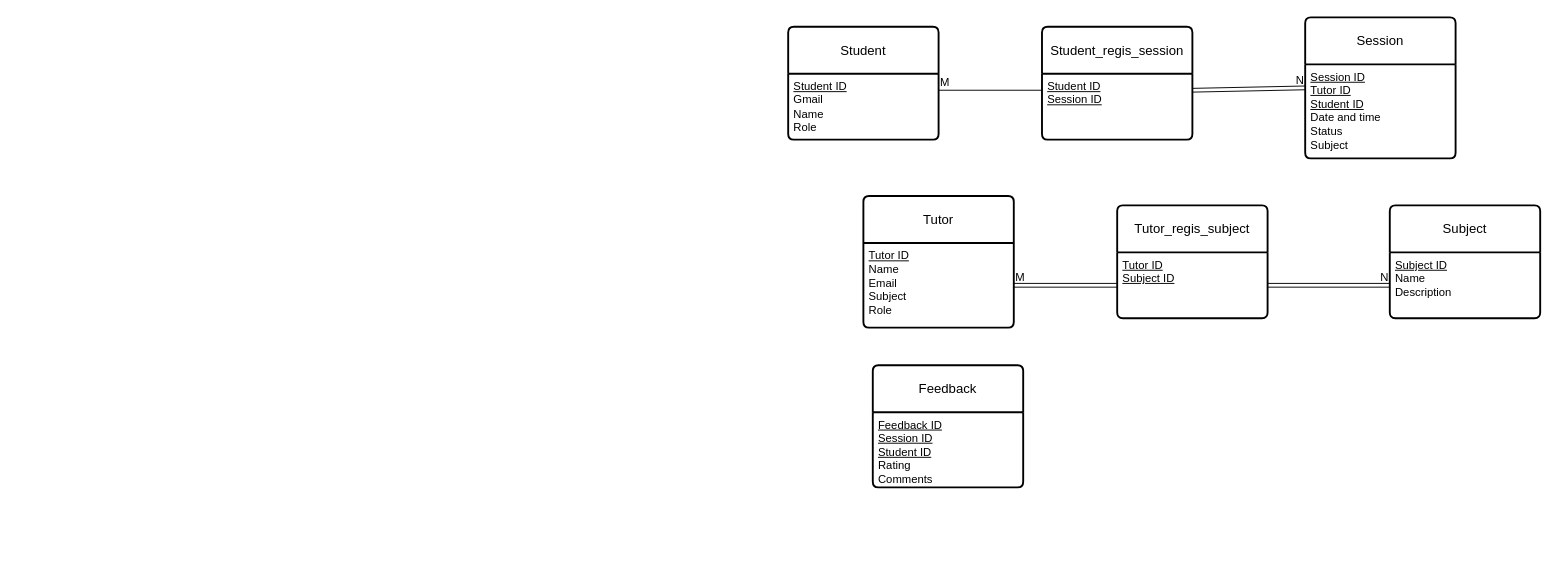
The draw.io diagram sw2.drawio in Sonhoangvo/csdl, before the edit. Source tidied: cells renumbered, new cells numbered last; positions are measured from the earlier drawing's top-left corner, leaving out a move shared by most shapes. Both pictures are drawn from the tidied source at 94%, with x=0, y=0 at pixel (788, 17).
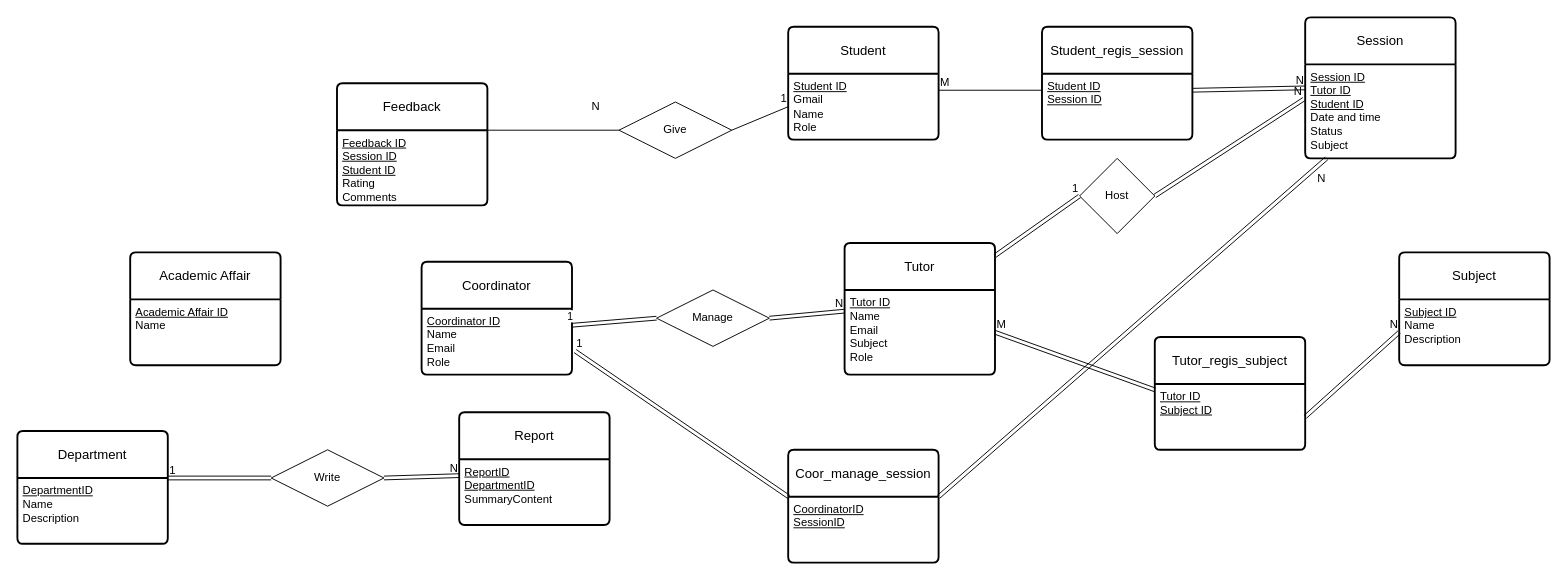
Above is the later version.

The change refers to these unchanged cells:
```xml
<mxCell id="3" value="&lt;u&gt;Student ID&lt;/u&gt;&lt;div&gt;Gmail&lt;/div&gt;&lt;div&gt;Name&lt;/div&gt;&lt;div&gt;Role&lt;/div&gt;" style="align=left;strokeColor=none;fillColor=none;spacingLeft=4;spacingRight=4;fontSize=12;verticalAlign=top;html=1;whiteSpace=wrap;" parent="2" vertex="1">
  <mxGeometry y="50" width="160" height="70" as="geometry" />
</mxCell>
<mxCell id="5" value="&lt;u&gt;Tutor ID&lt;/u&gt;&lt;div&gt;Name&lt;/div&gt;&lt;div&gt;Email&lt;/div&gt;&lt;div&gt;Subject&lt;/div&gt;&lt;div&gt;Role&lt;/div&gt;" style="align=left;strokeColor=none;fillColor=none;spacingLeft=4;spacingRight=4;fontSize=12;verticalAlign=top;html=1;whiteSpace=wrap;" parent="4" vertex="1">
  <mxGeometry y="50" width="160" height="90" as="geometry" />
</mxCell>
<mxCell id="9" value="&lt;u&gt;Session ID&lt;/u&gt;&lt;div&gt;&lt;u&gt;Tutor ID&lt;/u&gt;&lt;/div&gt;&lt;div&gt;&lt;u&gt;Student ID&lt;/u&gt;&lt;/div&gt;&lt;div&gt;Date and time&lt;/div&gt;&lt;div&gt;Status&lt;/div&gt;&lt;div&gt;Subject&lt;/div&gt;" style="align=left;strokeColor=none;fillColor=none;spacingLeft=4;spacingRight=4;fontSize=12;verticalAlign=top;html=1;whiteSpace=wrap;" parent="8" vertex="1">
  <mxGeometry y="50" width="160" height="100" as="geometry" />
</mxCell>
<mxCell id="11" value="&lt;u&gt;Feedback ID&lt;/u&gt;&lt;div&gt;&lt;u&gt;Session ID&lt;/u&gt;&lt;/div&gt;&lt;div&gt;&lt;u&gt;Student ID&lt;/u&gt;&lt;/div&gt;&lt;div&gt;Rating&lt;/div&gt;&lt;div&gt;Comments&lt;/div&gt;" style="align=left;strokeColor=none;fillColor=none;spacingLeft=4;spacingRight=4;fontSize=12;verticalAlign=top;html=1;whiteSpace=wrap;" parent="10" vertex="1">
  <mxGeometry y="50" width="160" height="80" as="geometry" />
</mxCell>
```

Change to the diagram source:
```diff
@@
     <mxCell id="4" value="Tutor" style="swimlane;horizontal=1;startSize=50;rounded=1;fontSize=14;fontStyle=0;strokeWidth=2;shadow=0;dashed=0;align=center;arcSize=4;whiteSpace=wrap;html=1;" parent="1" vertex="1">
-      <mxGeometry x="80" y="190" width="160" height="140" as="geometry" />
+      <mxGeometry x="60" y="240" width="160" height="140" as="geometry" />
     </mxCell>
@@
     <mxCell id="6" value="Subject" style="swimlane;horizontal=1;startSize=50;rounded=1;fontSize=14;fontStyle=0;strokeWidth=2;shadow=0;dashed=0;align=center;arcSize=4;whiteSpace=wrap;html=1;" parent="1" vertex="1">
-      <mxGeometry x="640" y="200" width="160" height="120" as="geometry" />
+      <mxGeometry x="650" y="250" width="160" height="120" as="geometry" />
     </mxCell>
@@
     <mxCell id="10" value="Feedback" style="swimlane;horizontal=1;startSize=50;rounded=1;fontSize=14;fontStyle=0;strokeWidth=2;shadow=0;dashed=0;align=center;arcSize=4;whiteSpace=wrap;html=1;" parent="1" vertex="1">
-      <mxGeometry x="90" y="370" width="160" height="130" as="geometry" />
+      <mxGeometry x="-480" y="70" width="160" height="130" as="geometry" />
     </mxCell>
@@
     <mxCell id="20" value="Tutor_regis_subject" style="swimlane;horizontal=1;startSize=50;rounded=1;fontSize=14;fontStyle=0;strokeWidth=2;shadow=0;dashed=0;align=center;arcSize=4;whiteSpace=wrap;html=1;" parent="1" vertex="1">
-      <mxGeometry x="350" y="200" width="160" height="120" as="geometry" />
+      <mxGeometry x="390" y="340" width="160" height="120" as="geometry" />
     </mxCell>
@@
+    <mxCell id="28" value="Host" style="rhombus;whiteSpace=wrap;html=1;" parent="1" vertex="1">
+      <mxGeometry x="310" y="150" width="80" height="80" as="geometry" />
+    </mxCell>
+    <mxCell id="29" style="shape=link;html=1;rounded=0;entryX=0;entryY=0.5;entryDx=0;entryDy=0;" parent="1" edge="1" source="4" target="28">
+      <mxGeometry relative="1" as="geometry" />
+    </mxCell>
+    <mxCell id="30" value="1" style="html=1;whiteSpace=wrap;align=right;verticalAlign=bottom;" parent="29" vertex="1">
+      <mxGeometry x="1" relative="1" as="geometry" />
+    </mxCell>
+    <mxCell id="31" style="shape=link;html=1;rounded=0;entryX=-0.009;entryY=0.37;entryDx=0;entryDy=0;entryPerimeter=0;exitX=1;exitY=0.5;exitDx=0;exitDy=0;" parent="1" edge="1" source="28" target="9">
+      <mxGeometry relative="1" as="geometry" />
+    </mxCell>
+    <mxCell id="32" value="N" style="html=1;whiteSpace=wrap;align=right;verticalAlign=bottom;" parent="31" vertex="1">
+      <mxGeometry x="1" relative="1" as="geometry" />
+    </mxCell>
+    <mxCell id="33" value="Give" style="shape=rhombus;perimeter=rhombusPerimeter;whiteSpace=wrap;html=1;align=center;" parent="1" vertex="1">
+      <mxGeometry x="-180" y="90" width="120" height="60" as="geometry" />
+    </mxCell>
+    <mxCell id="34" style="endArrow=none;html=1;rounded=0;exitX=1;exitY=0.5;exitDx=0;exitDy=0;entryX=0;entryY=0.5;entryDx=0;entryDy=0;" parent="1" edge="1" source="33" target="3">
+      <mxGeometry relative="1" as="geometry" />
+    </mxCell>
+    <mxCell id="35" value="1" style="html=1;whiteSpace=wrap;align=right;verticalAlign=bottom;" parent="34" vertex="1">
+      <mxGeometry x="1" relative="1" as="geometry" />
+    </mxCell>
+    <mxCell id="36" value="N" style="text;html=1;align=center;verticalAlign=middle;strokeColor=none;fillColor=none;" parent="1" vertex="1">
+      <mxGeometry x="-220" y="80" width="30" height="30" as="geometry" />
+    </mxCell>
+    <mxCell id="37" style="endArrow=none;html=1;rounded=0;entryX=0;entryY=0.5;entryDx=0;entryDy=0;exitX=1;exitY=0;exitDx=0;exitDy=0;" parent="1" edge="1" source="11" target="33">
+      <mxGeometry relative="1" as="geometry" />
+    </mxCell>
+    <mxCell id="38" value="Coordinator" style="swimlane;horizontal=1;startSize=50;rounded=1;fontSize=14;fontStyle=0;strokeWidth=2;shadow=0;dashed=0;align=center;arcSize=4;whiteSpace=wrap;html=1;" parent="1" vertex="1">
+      <mxGeometry x="-390" y="260" width="160" height="120" as="geometry" />
+    </mxCell>
+    <mxCell id="39" value="&lt;u&gt;Coordinator ID&lt;/u&gt;&lt;div&gt;Name&lt;/div&gt;&lt;div&gt;Email&lt;/div&gt;&lt;div&gt;Role&lt;/div&gt;" style="align=left;strokeColor=none;fillColor=none;spacingLeft=4;spacingRight=4;fontSize=12;verticalAlign=top;html=1;whiteSpace=wrap;" parent="38" vertex="1">
+      <mxGeometry y="50" width="160" height="70" as="geometry" />
+    </mxCell>
+    <mxCell id="40" value="Manage" style="shape=rhombus;perimeter=rhombusPerimeter;whiteSpace=wrap;html=1;align=center;" parent="1" vertex="1">
+      <mxGeometry x="-140" y="290" width="120" height="60" as="geometry" />
+    </mxCell>
+    <mxCell id="41" style="shape=link;html=1;rounded=0;entryX=0;entryY=0.25;entryDx=0;entryDy=0;exitX=1;exitY=0.5;exitDx=0;exitDy=0;" parent="1" edge="1" source="40" target="5">
+      <mxGeometry relative="1" as="geometry" />
+    </mxCell>
+    <mxCell id="42" value="N" style="html=1;whiteSpace=wrap;align=right;verticalAlign=bottom;" parent="41" vertex="1">
+      <mxGeometry x="1" relative="1" as="geometry" />
+    </mxCell>
+    <mxCell id="43" style="shape=link;html=1;rounded=0;entryX=0;entryY=0.5;entryDx=0;entryDy=0;exitX=1;exitY=0.25;exitDx=0;exitDy=0;" parent="1" edge="1" source="39" target="40">
+      <mxGeometry relative="1" as="geometry" />
+    </mxCell>
+    <mxCell id="44" value="1" style="edgeLabel;html=1;align=center;verticalAlign=middle;" parent="43" vertex="1">
+      <mxGeometry x="-0.21" y="1" relative="1" as="geometry">
+        <mxPoint x="-38" y="-6" as="offset" />
+      </mxGeometry>
+    </mxCell>
+    <mxCell id="45" value="Coor_manage_session" style="swimlane;horizontal=1;startSize=50;rounded=1;fontSize=14;fontStyle=0;strokeWidth=2;shadow=0;dashed=0;align=center;arcSize=4;whiteSpace=wrap;html=1;" parent="1" vertex="1">
+      <mxGeometry y="460" width="160" height="120" as="geometry" />
+    </mxCell>
+    <mxCell id="46" value="&lt;u&gt;CoordinatorID&lt;/u&gt;&lt;div&gt;&lt;u&gt;SessionID&lt;/u&gt;&lt;/div&gt;&lt;div&gt;&lt;u&gt;&lt;br&gt;&lt;/u&gt;&lt;/div&gt;" style="align=left;strokeColor=none;fillColor=none;spacingLeft=4;spacingRight=4;fontSize=12;verticalAlign=top;html=1;whiteSpace=wrap;" parent="45" vertex="1">
+      <mxGeometry y="50" width="160" height="70" as="geometry" />
+    </mxCell>
+    <mxCell id="47" style="shape=link;html=1;rounded=0;exitX=1.021;exitY=0.643;exitDx=0;exitDy=0;exitPerimeter=0;entryX=0.004;entryY=0.418;entryDx=0;entryDy=0;entryPerimeter=0;" parent="1" edge="1" source="39" target="45">
+      <mxGeometry relative="1" as="geometry" />
+    </mxCell>
+    <mxCell id="48" value="1" style="html=1;whiteSpace=wrap;align=left;verticalAlign=bottom;" parent="47" vertex="1">
+      <mxGeometry x="-1" relative="1" as="geometry" />
+    </mxCell>
+    <mxCell id="49" style="shape=link;html=1;rounded=0;exitX=1;exitY=0;exitDx=0;exitDy=0;" parent="1" edge="1" source="46" target="9">
+      <mxGeometry relative="1" as="geometry" />
+    </mxCell>
+    <mxCell id="50" value="N" style="html=1;whiteSpace=wrap;align=right;verticalAlign=bottom;" parent="49" vertex="1">
+      <mxGeometry x="1" relative="1" as="geometry">
+        <mxPoint y="30" as="offset" />
+      </mxGeometry>
+    </mxCell>
+    <mxCell id="51" value="Department" style="swimlane;horizontal=1;startSize=50;rounded=1;fontSize=14;fontStyle=0;strokeWidth=2;shadow=0;dashed=0;align=center;arcSize=4;whiteSpace=wrap;html=1;" parent="1" vertex="1">
+      <mxGeometry x="-820" y="440" width="160" height="120" as="geometry" />
+    </mxCell>
+    <mxCell id="52" value="&lt;u&gt;DepartmentID&lt;/u&gt;&lt;div&gt;Name&lt;/div&gt;&lt;div&gt;Description&lt;/div&gt;" style="align=left;strokeColor=none;fillColor=none;spacingLeft=4;spacingRight=4;fontSize=12;verticalAlign=top;html=1;whiteSpace=wrap;" parent="51" vertex="1">
+      <mxGeometry y="50" width="160" height="70" as="geometry" />
+    </mxCell>
+    <mxCell id="53" value="Report" style="swimlane;horizontal=1;startSize=50;rounded=1;fontSize=14;fontStyle=0;strokeWidth=2;shadow=0;dashed=0;align=center;arcSize=4;whiteSpace=wrap;html=1;" parent="1" vertex="1">
+      <mxGeometry x="-350" y="420" width="160" height="120" as="geometry" />
+    </mxCell>
+    <mxCell id="54" value="&lt;u&gt;ReportID&lt;/u&gt;&lt;div&gt;&lt;u&gt;DepartmentID&lt;/u&gt;&lt;/div&gt;&lt;div&gt;SummaryContent&lt;/div&gt;" style="align=left;strokeColor=none;fillColor=none;spacingLeft=4;spacingRight=4;fontSize=12;verticalAlign=top;html=1;whiteSpace=wrap;" parent="53" vertex="1">
+      <mxGeometry y="50" width="160" height="70" as="geometry" />
+    </mxCell>
+    <mxCell id="55" value="Write" style="shape=rhombus;perimeter=rhombusPerimeter;whiteSpace=wrap;html=1;align=center;" parent="1" vertex="1">
+      <mxGeometry x="-550" y="460" width="120" height="60" as="geometry" />
+    </mxCell>
+    <mxCell id="56" style="shape=link;html=1;rounded=0;exitX=1;exitY=0;exitDx=0;exitDy=0;" parent="1" edge="1" source="52" target="55">
+      <mxGeometry relative="1" as="geometry" />
+    </mxCell>
+    <mxCell id="57" value="1" style="html=1;whiteSpace=wrap;align=left;verticalAlign=bottom;" parent="56" vertex="1">
+      <mxGeometry x="-1" relative="1" as="geometry" />
+    </mxCell>
+    <mxCell id="58" style="html=1;whiteSpace=wrap;align=right;verticalAlign=bottom;" parent="56" vertex="1">
+      <mxGeometry x="1" relative="1" as="geometry" />
+    </mxCell>
+    <mxCell id="59" style="shape=link;html=1;rounded=0;exitX=1;exitY=0.5;exitDx=0;exitDy=0;entryX=0;entryY=0.25;entryDx=0;entryDy=0;" parent="1" edge="1" source="55" target="54">
+      <mxGeometry relative="1" as="geometry" />
+    </mxCell>
+    <mxCell id="60" value="N" style="html=1;whiteSpace=wrap;align=right;verticalAlign=bottom;" parent="59" vertex="1">
+      <mxGeometry x="1" relative="1" as="geometry" />
+    </mxCell>
+    <mxCell id="61" value="Academic Affair" style="swimlane;horizontal=1;startSize=50;rounded=1;fontSize=14;fontStyle=0;strokeWidth=2;shadow=0;dashed=0;align=center;arcSize=4;whiteSpace=wrap;html=1;" parent="1" vertex="1">
+      <mxGeometry x="-700" y="250" width="160" height="120" as="geometry" />
+    </mxCell>
+    <mxCell id="62" value="&lt;u&gt;Academic Affair ID&lt;/u&gt;&lt;div&gt;Name&lt;/div&gt;&lt;div&gt;&lt;br&gt;&lt;/div&gt;" style="align=left;strokeColor=none;fillColor=none;spacingLeft=4;spacingRight=4;fontSize=12;verticalAlign=top;html=1;whiteSpace=wrap;" parent="61" vertex="1">
+      <mxGeometry y="50" width="160" height="70" as="geometry" />
+    </mxCell>
```
